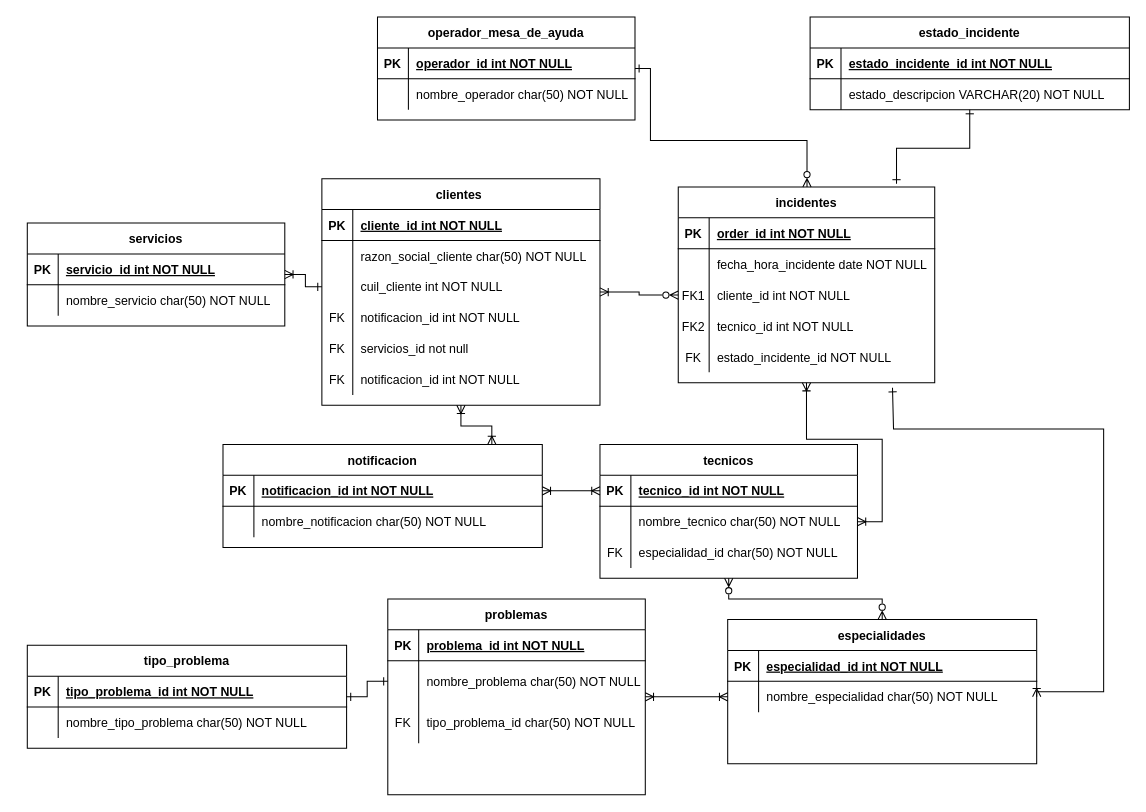
Above: DER-integrador-4.drawio in EquisBrea/AP-TRABAJO-INTEGRADOR-Forked (draw.io), before the change. Source tidied: cells renumbered, new cells numbered last; positions are measured from the earlier drawing's top-left corner, leaving out a move shared by most shapes. Both pictures are drawn from the tidied source at 103%, with x=0, y=0 at pixel (27, 16).
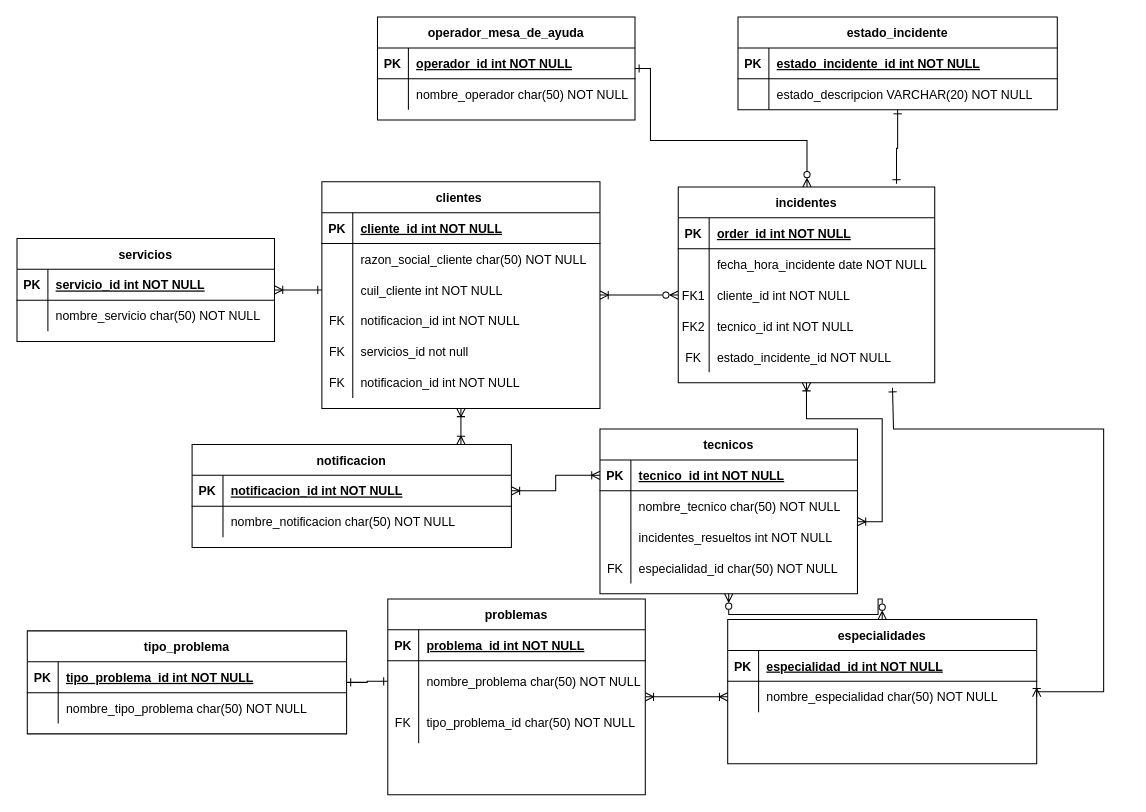
The same diagram, later.

The change refers to these unchanged cells:
```xml
<mxCell id="3" value="incidentes" style="shape=table;startSize=30;childLayout=tableLayout;rowLines=0;fontStyle=1;align=center;" parent="1" vertex="1">
  <mxGeometry x="632" y="165" width="249" height="190" as="geometry" />
</mxCell>
<mxCell id="45" style="shape=partialRectangle;fillColor=none;points=[[0,0.5],[1,0.5]];portConstraint=eastwest;top=0;left=0;right=0;bottom=0;" parent="41" vertex="1">
  <mxGeometry y="60" width="250" height="30" as="geometry" />
</mxCell>
```

The edit, as a diff of the source:
```diff
@@
     <mxCell id="2" style="edgeStyle=orthogonalEdgeStyle;rounded=0;jettySize=auto;html=1;startArrow=ERoneToMany;startFill=0;endArrow=ERoneToMany;endFill=0;" parent="1" edge="1" source="3" target="45">
       <mxGeometry relative="1" as="geometry">
         <Array as="points">
-          <mxPoint x="756" y="410" />
-          <mxPoint x="830" y="410" />
+          <mxPoint x="756" y="390" />
+          <mxPoint x="830" y="390" />
           <mxPoint x="830" y="490" />
         </Array>
       </mxGeometry>
     </mxCell>
@@
     <mxCell id="21" value="clientes " style="shape=table;startSize=30;childLayout=tableLayout;rowLines=0;fontStyle=1;align=center;" parent="1" vertex="1">
-      <mxGeometry x="286" y="157" width="270" height="220" as="geometry" />
+      <mxGeometry x="286" y="160" width="270" height="220" as="geometry" />
     </mxCell>
@@
     <mxCell id="41" value="tecnicos" style="shape=table;startSize=30;childLayout=tableLayout;rowLines=0;fontStyle=1;align=center;" parent="1" vertex="1">
-      <mxGeometry x="556" y="415" width="250" height="130" as="geometry" />
+      <mxGeometry x="556" y="400" width="250" height="160" as="geometry" />
     </mxCell>
@@
+    <mxCell id="110" style="shape=partialRectangle;fillColor=none;top=0;left=0;right=0;bottom=0;" parent="41" vertex="1">
+      <mxGeometry y="90" width="250" height="30" as="geometry" />
+    </mxCell>
+    <mxCell id="111" style="shape=partialRectangle;overflow=hidden;fillColor=none;top=0;left=0;bottom=0;right=0;" parent="110" vertex="1">
+      <mxGeometry width="30" height="30" as="geometry" />
+    </mxCell>
+    <mxCell id="112" value="incidentes_resueltos int NOT NULL" style="shape=partialRectangle;overflow=hidden;fillColor=none;top=0;left=0;bottom=0;right=0;align=left;spacingLeft=6;" parent="110" vertex="1">
+      <mxGeometry x="30" width="220" height="30" as="geometry" />
+    </mxCell>
     <mxCell id="48" style="shape=partialRectangle;fillColor=none;top=0;left=0;right=0;bottom=0;" parent="41" vertex="1">
-      <mxGeometry y="90" width="250" height="30" as="geometry" />
+      <mxGeometry y="120" width="250" height="30" as="geometry" />
     </mxCell>
@@
     <mxCell id="67" value="servicios" style="shape=table;startSize=30;childLayout=tableLayout;rowLines=0;fontStyle=1;align=center;" parent="1" vertex="1">
-      <mxGeometry y="200" width="250" height="100" as="geometry" />
+      <mxGeometry x="-10" y="215" width="250" height="100" as="geometry" />
     </mxCell>
@@
     <mxCell id="86" value="tipo_problema" style="shape=table;startSize=30;childLayout=tableLayout;rowLines=0;fontStyle=1;align=center;" parent="1" vertex="1">
-      <mxGeometry y="610" width="310" height="100" as="geometry" />
+      <mxGeometry y="596" width="310" height="100" as="geometry" />
     </mxCell>
@@
     <mxCell id="93" value="notificacion" style="shape=table;startSize=30;childLayout=tableLayout;rowLines=0;fontStyle=1;align=center;" parent="1" vertex="1">
-      <mxGeometry x="190" y="415" width="310" height="100" as="geometry" />
+      <mxGeometry x="160" y="415" width="310" height="100" as="geometry" />
     </mxCell>
@@
     <mxCell id="102" value="estado_incidente" style="shape=table;startSize=30;childLayout=tableLayout;rowLines=0;fontStyle=1;align=center;" parent="1" vertex="1">
-      <mxGeometry x="760" width="310" height="90" as="geometry" />
+      <mxGeometry x="690" width="310" height="90" as="geometry" />
     </mxCell>
```
